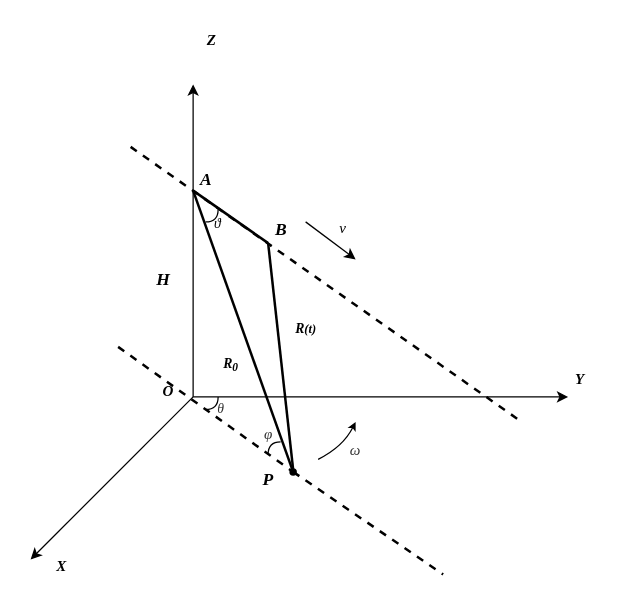
Above: forward-looking.drawio in LFNing/General (draw.io), before the change. Source tidied: cells renumbered, new cells numbered last; positions are measured from the earlier drawing's top-left corner, leaving out a move shared by most shapes. Both pictures are drawn from the tidied source at 125%, with x=0, y=0 at pixel (30, 21). Pictures stored in the file or linked from it are replaced by grey dashed boxes.
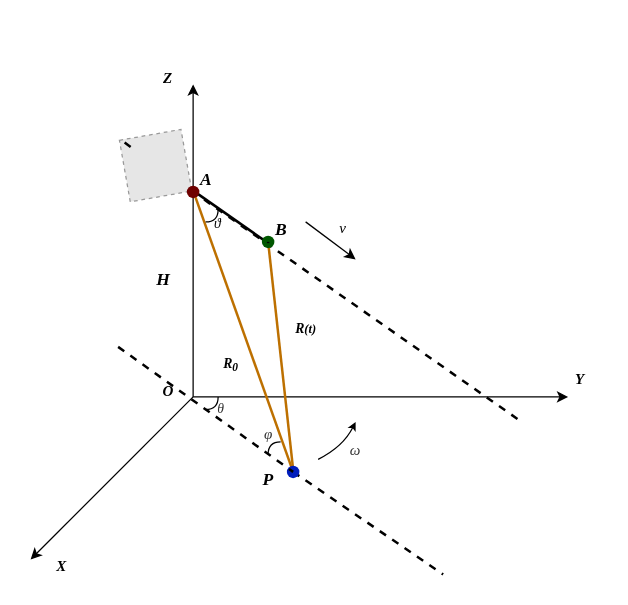
After the change.

The change refers to these unchanged cells:
```xml
<mxCell id="22" style="shape=waypoint;sketch=0;fillStyle=solid;size=6;points=[];fillColor=none;perimeter=centerPerimeter;snapToPoint=1;fontFamily=Times New Roman;fontSize=14;" parent="1" vertex="1">
  <mxGeometry x="190" y="340" width="40" height="40" as="geometry" />
</mxCell>
```

Change to the diagram source:
```diff
@@
-    <mxCell id="10" style="endArrow=none;dashed=1;html=1;strokeWidth=2;rounded=0;" parent="1" edge="1">
+    <mxCell id="10" style="endArrow=none;dashed=1;html=1;strokeWidth=2;rounded=0;startArrow=none;" parent="1" edge="1" source="32">
       <mxGeometry relative="1" as="geometry">
-        <mxPoint x="80" y="100" as="sourcePoint" />
         <mxPoint x="390" y="318" as="targetPoint" />
       </mxGeometry>
     </mxCell>
@@
     <mxCell id="15" value="&lt;i&gt;&lt;b&gt;Z&lt;/b&gt;&lt;/i&gt;" style="text;html=1;strokeColor=none;fillColor=none;align=center;verticalAlign=middle;whiteSpace=wrap;rounded=0;fontFamily=Times New Roman;" parent="1" vertex="1">
-      <mxGeometry x="130" width="30" height="30" as="geometry" />
+      <mxGeometry x="95" y="30" width="30" height="30" as="geometry" />
     </mxCell>
@@
-    <mxCell id="20" style="endArrow=none;html=1;rounded=0;fontFamily=Times New Roman;fontSize=14;strokeWidth=2;" parent="1" edge="1">
+    <mxCell id="20" style="endArrow=none;html=1;rounded=0;fontFamily=Times New Roman;fontSize=14;strokeWidth=2;startArrow=none;fillColor=#f0a30a;strokeColor=#BD7000;" parent="1" edge="1" source="35">
       <mxGeometry relative="1" as="geometry">
-        <mxPoint x="190" y="177" as="sourcePoint" />
         <mxPoint x="210" y="358" as="targetPoint" />
       </mxGeometry>
     </mxCell>
-    <mxCell id="21" style="endArrow=none;html=1;rounded=0;fontFamily=Times New Roman;fontSize=14;strokeWidth=2;" parent="1" edge="1">
+    <mxCell id="21" style="endArrow=none;html=1;rounded=0;fontFamily=Times New Roman;fontSize=14;strokeWidth=2;fillColor=#f0a30a;strokeColor=#BD7000;" parent="1" edge="1">
       <mxGeometry relative="1" as="geometry">
         <mxPoint x="130" y="135" as="sourcePoint" />
         <mxPoint x="210" y="360" as="targetPoint" />
       </mxGeometry>
     </mxCell>
@@
-    <mxCell id="23" style="endArrow=none;dashed=1;html=1;strokeWidth=2;rounded=0;" parent="1" edge="1" target="22">
-      <mxGeometry relative="1" as="geometry">
-        <mxPoint x="70" y="260" as="sourcePoint" />
-      </mxGeometry>
+    <mxCell id="23" style="endArrow=none;dashed=1;html=1;strokeWidth=2;rounded=0;startArrow=none;" parent="1" edge="1" source="37" target="22">
+      <mxGeometry relative="1" as="geometry" />
     </mxCell>
@@
+    <mxCell id="32" style="fillColor=#E6E6E6;strokeColor=#999999;dashed=1;verticalLabelPosition=bottom;verticalAlign=top;fontSize=22;rotation=350;" parent="1" vertex="1">
+      <mxGeometry x="75" y="90" width="50" height="50" as="geometry" />
+    </mxCell>
+    <mxCell id="33" style="endArrow=none;dashed=1;html=1;strokeWidth=2;rounded=0;" parent="1" edge="1" target="32">
+      <mxGeometry relative="1" as="geometry">
+        <mxPoint x="80" y="100" as="sourcePoint" />
+      </mxGeometry>
+    </mxCell>
+    <mxCell id="34" style="shape=waypoint;sketch=0;fillStyle=solid;size=6;fillColor=#a20025;perimeter=centerPerimeter;fontSize=22;fontColor=#ffffff;strokeColor=#6F0000;strokeWidth=3;" parent="1" vertex="1">
+      <mxGeometry x="110" y="116" width="40" height="40" as="geometry" />
+    </mxCell>
+    <mxCell id="35" style="shape=waypoint;sketch=0;fillStyle=solid;size=6;points=[];fillColor=#008a00;perimeter=centerPerimeter;snapToPoint=1;fontSize=22;fontColor=#ffffff;strokeColor=#005700;strokeWidth=3;" parent="1" vertex="1">
+      <mxGeometry x="170" y="156" width="40" height="40" as="geometry" />
+    </mxCell>
+    <mxCell id="36" style="endArrow=none;html=1;rounded=0;fontFamily=Times New Roman;fontSize=14;strokeWidth=2;" parent="1" edge="1" target="35">
+      <mxGeometry relative="1" as="geometry">
+        <mxPoint x="190" y="177" as="sourcePoint" />
+      </mxGeometry>
+    </mxCell>
+    <mxCell id="37" style="shape=waypoint;sketch=0;fillStyle=solid;size=6;points=[];fillColor=#0050ef;perimeter=centerPerimeter;snapToPoint=1;fontSize=22;strokeColor=#001DBC;strokeWidth=3;fontColor=#ffffff;" parent="1" vertex="1">
+      <mxGeometry x="190" y="340" width="40" height="40" as="geometry" />
+    </mxCell>
+    <mxCell id="38" style="endArrow=none;dashed=1;html=1;strokeWidth=2;rounded=0;" parent="1" edge="1" target="37">
+      <mxGeometry relative="1" as="geometry">
+        <mxPoint x="70" y="260" as="sourcePoint" />
+      </mxGeometry>
+    </mxCell>
```
